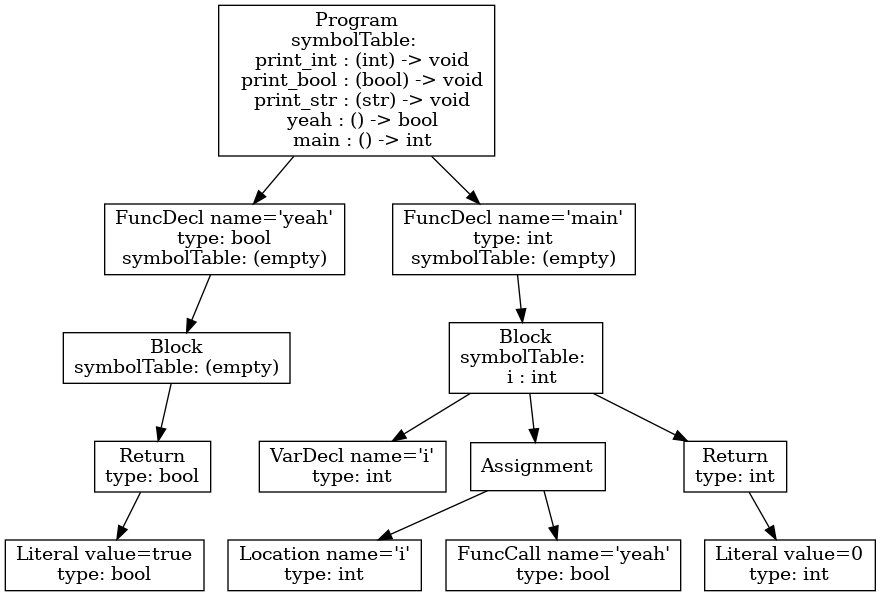
Earlier version of the Graphviz export ast.png (ecila1011/P3). Its source is kept beside it as ast.dot.
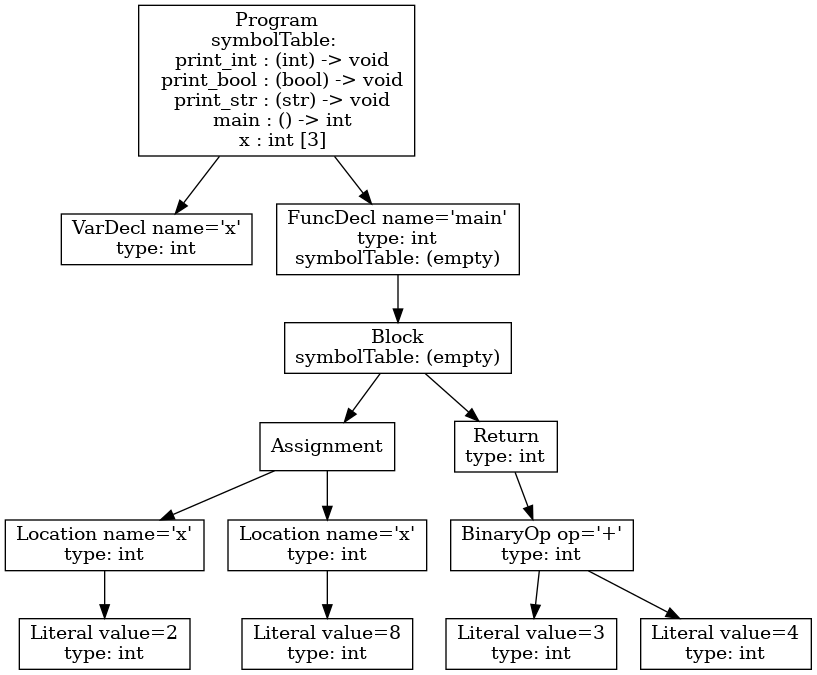
After the commit.

Change to the diagram source:
```diff
@@ -1,27 +1,27 @@
 digraph AST {
-4 [shape=box, label="Literal value=true\ntype: bool"];
-3 [shape=box, label="Return\ntype: bool"];
+1 [shape=box, label="VarDecl name='x'\ntype: int"];
+6 [shape=box, label="Literal value=2\ntype: int"];
+5 [shape=box, label="Location name='x'\ntype: int"];
+5 -> 6;
+8 [shape=box, label="Literal value=8\ntype: int"];
+7 [shape=box, label="Location name='x'\ntype: int"];
+7 -> 8;
+4 [shape=box, label="Assignment"];
+4 -> 5;
+4 -> 7;
+11 [shape=box, label="Literal value=3\ntype: int"];
+12 [shape=box, label="Literal value=4\ntype: int"];
+10 [shape=box, label="BinaryOp op='+'\ntype: int"];
+10 -> 11;
+10 -> 12;
+9 [shape=box, label="Return\ntype: int"];
+9 -> 10;
+3 [shape=box, label="Block\nsymbolTable: (empty)"];
 3 -> 4;
-2 [shape=box, label="Block\nsymbolTable: (empty)"];
+3 -> 9;
+2 [shape=box, label="FuncDecl name='main'\ntype: int\nsymbolTable: (empty)"];
 2 -> 3;
-1 [shape=box, label="FuncDecl name='yeah'\ntype: bool\nsymbolTable: (empty)"];
-1 -> 2;
-7 [shape=box, label="VarDecl name='i'\ntype: int"];
-9 [shape=box, label="Location name='i'\ntype: int"];
-10 [shape=box, label="FuncCall name='yeah'\ntype: bool"];
-8 [shape=box, label="Assignment"];
-8 -> 9;
-8 -> 10;
-12 [shape=box, label="Literal value=0\ntype: int"];
-11 [shape=box, label="Return\ntype: int"];
-11 -> 12;
-6 [shape=box, label="Block\nsymbolTable: \n  i : int"];
-6 -> 7;
-6 -> 8;
-6 -> 11;
-5 [shape=box, label="FuncDecl name='main'\ntype: int\nsymbolTable: (empty)"];
-5 -> 6;
-0 [shape=box, label="Program\nsymbolTable: \n  print_int : (int) -> void\n  print_bool : (bool) -> void\n  print_str : (str) -> void\n  yeah : () -> bool\n  main : () -> int"];
+0 [shape=box, label="Program\nsymbolTable: \n  print_int : (int) -> void\n  print_bool : (bool) -> void\n  print_str : (str) -> void\n  main : () -> int\n  x : int [3]"];
 0 -> 1;
-0 -> 5;
+0 -> 2;
 }
```
